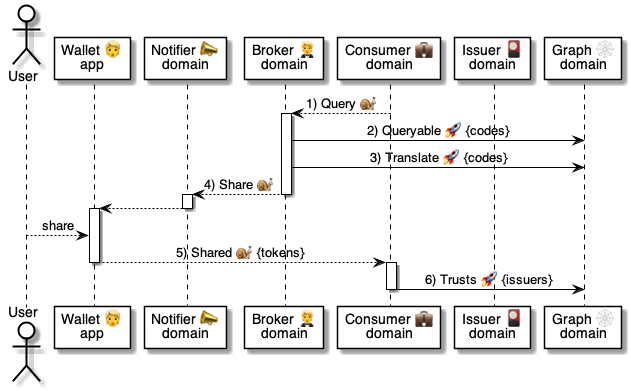
pollyweb-org/pollyweb-docs keeps this PlantUML diagram as 5 ⏩ Flows/20 💼⏩ Consumers/.📎 Assets/⚙️ Query Token.png. Above is the earlier version. Its source is kept beside it as 5 ⏩ Flows/20 💼⏩ Consumers/.📎 Assets/⚙️ Query Token.puml. The source it was exported from:
```plantuml
@startuml Wallet: Share Token


actor User as user
participant "Wallet 👱\napp" as wallet
participant "Notifier 📣\ndomain" as notifier
participant "Broker 🤵\ndomain" as broker
participant "Consumer 💼\ndomain" as consumer
participant "Issuer 🎴\ndomain" as issuer
participant "Graph 🕸\ndomain" as graph



    consumer --> broker: 1) Query 🐌

    activate broker
        broker -> graph: 2) Queryable 🚀 {codes}
        broker -> graph: 3) Translate 🚀 {codes}
        broker --> notifier: 4) Share 🐌
    deactivate broker

    activate notifier
        notifier --> wallet
    deactivate notifier

    activate wallet
        user --> wallet: share
        wallet --> consumer: 5) Shared 🐌 {tokens}
    deactivate wallet

    activate consumer
        consumer -> graph: 6) Trusts 🚀 {issuers}
    deactivate consumer



@enduml
```
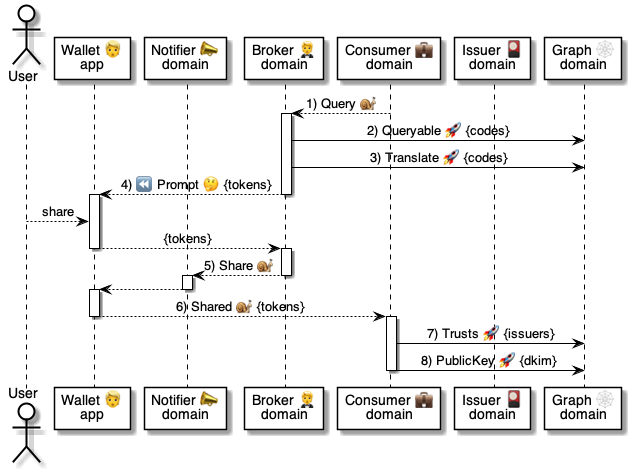
The same file after the commit.

Change to the diagram source:
```diff
@@ -5,6 +5,7 @@
 participant "Wallet 👱\napp" as wallet
 participant "Notifier 📣\ndomain" as notifier
 participant "Broker 🤵\ndomain" as broker
+
 participant "Consumer 💼\ndomain" as consumer
 participant "Issuer 🎴\ndomain" as issuer
 participant "Graph 🕸\ndomain" as graph
@@ -16,7 +17,16 @@
     activate broker
         broker -> graph: 2) Queryable 🚀 {codes}
         broker -> graph: 3) Translate 🚀 {codes}
-        broker --> notifier: 4) Share 🐌
+        broker --> wallet: 4) ⏪ Prompt 🤔 {tokens}
+    deactivate broker
+
+    activate wallet
+        user --> wallet: share
+        wallet --> broker: {tokens}
+    deactivate wallet
+
+    activate broker
+        broker --> notifier: 5) Share 🐌
     deactivate broker
 
     activate notifier
@@ -24,12 +34,12 @@
     deactivate notifier
 
     activate wallet
-        user --> wallet: share
-        wallet --> consumer: 5) Shared 🐌 {tokens}
+        wallet --> consumer: 6) Shared 🐌 {tokens}
     deactivate wallet
 
     activate consumer
-        consumer -> graph: 6) Trusts 🚀 {issuers}
+        consumer -> graph: 7) Trusts 🚀 {issuers}
+        consumer -> graph: 8) PublicKey 🚀 {dkim}
     deactivate consumer
 
 
```
